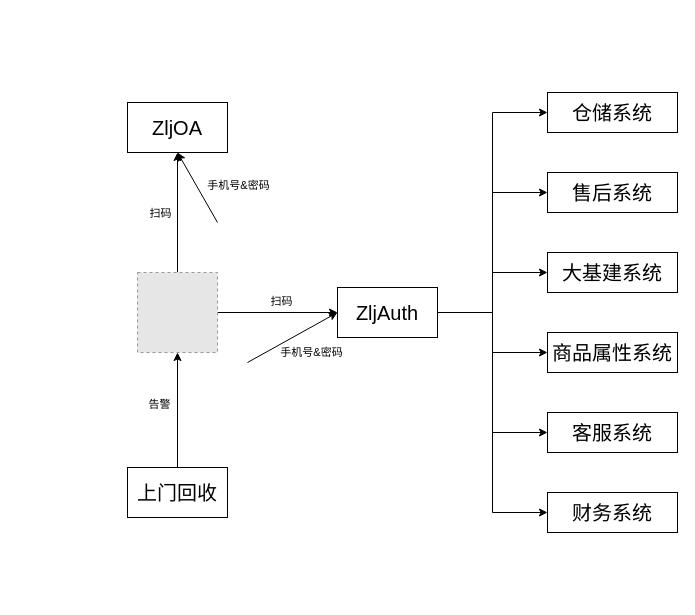
waterystone/draw_io keeps this draw.io diagram as zz/zlj/dingding.drawio. Above is the earlier version. Source tidied: cells renumbered, new cells numbered last; positions are measured from the earlier drawing's top-left corner, leaving out a move shared by most shapes. Both pictures are drawn from the tidied source at 100%, with x=0, y=0 at pixel (127, 92). Pictures stored in the file or linked from it are replaced by grey dashed boxes.
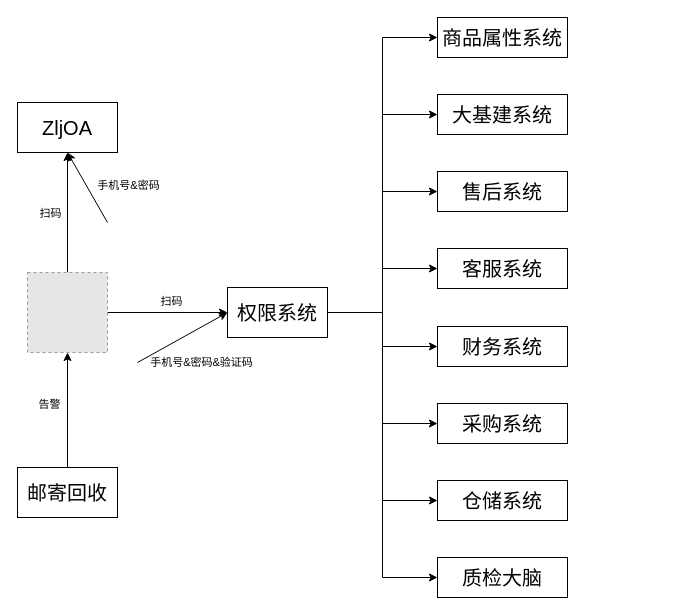
The same diagram, later.

The edit, as a diff of the source:
```diff
@@
     <mxCell id="5" style="fillColor=#E6E6E6;strokeColor=#999999;dashed=1;verticalLabelPosition=bottom;labelBackgroundColor=#ffffff;verticalAlign=top;" parent="1" vertex="1">
-      <mxGeometry x="10" y="180" width="80" height="80" as="geometry" />
+      <mxGeometry x="-100" y="180" width="80" height="80" as="geometry" />
     </mxCell>
@@
+    <mxCell id="28" style="edgeStyle=orthogonalEdgeStyle;rounded=0;jettySize=auto;html=1;entryX=0;entryY=0.5;entryDx=0;entryDy=0;" parent="1" edge="1" source="12" target="30">
+      <mxGeometry relative="1" as="geometry" />
+    </mxCell>
+    <mxCell id="29" style="edgeStyle=orthogonalEdgeStyle;rounded=0;jettySize=auto;html=1;entryX=0;entryY=0.5;entryDx=0;entryDy=0;" parent="1" edge="1" source="12" target="31">
+      <mxGeometry relative="1" as="geometry" />
+    </mxCell>
-    <mxCell id="12" value="&lt;font style=&quot;font-size: 20px&quot;&gt;ZljAuth&lt;/font&gt;" style="rounded=0;whiteSpace=wrap;html=1;" parent="1" vertex="1">
-      <mxGeometry x="210" y="195" width="100" height="50" as="geometry" />
+    <mxCell id="12" value="&lt;font style=&quot;font-size: 20px&quot;&gt;权限系统&lt;/font&gt;" style="rounded=0;whiteSpace=wrap;html=1;" parent="1" vertex="1">
+      <mxGeometry x="100" y="195" width="100" height="50" as="geometry" />
     </mxCell>
     <mxCell id="13" value="&lt;font style=&quot;font-size: 20px&quot;&gt;ZljOA&lt;/font&gt;" style="rounded=0;whiteSpace=wrap;html=1;" parent="1" vertex="1">
-      <mxGeometry y="10" width="100" height="50" as="geometry" />
+      <mxGeometry x="-110" y="10" width="100" height="50" as="geometry" />
     </mxCell>
-    <mxCell id="14" value="&lt;font style=&quot;font-size: 20px&quot;&gt;仓储系统&lt;/font&gt;" style="rounded=0;whiteSpace=wrap;html=1;" parent="1" vertex="1">
-      <mxGeometry x="420" width="130" height="40" as="geometry" />
+    <mxCell id="14" value="&lt;font style=&quot;font-size: 20px&quot;&gt;商品属性系统&lt;/font&gt;" style="rounded=0;whiteSpace=wrap;html=1;" parent="1" vertex="1">
+      <mxGeometry x="310" y="-75" width="130" height="40" as="geometry" />
     </mxCell>
-    <mxCell id="15" value="&lt;font style=&quot;font-size: 20px&quot;&gt;售后系统&lt;/font&gt;" style="rounded=0;whiteSpace=wrap;html=1;" parent="1" vertex="1">
-      <mxGeometry x="420" y="80" width="130" height="40" as="geometry" />
+    <mxCell id="15" value="&lt;font style=&quot;font-size: 20px&quot;&gt;大基建系统&lt;/font&gt;" style="rounded=0;whiteSpace=wrap;html=1;" parent="1" vertex="1">
+      <mxGeometry x="310" y="2" width="130" height="40" as="geometry" />
     </mxCell>
-    <mxCell id="16" value="&lt;font style=&quot;font-size: 20px&quot;&gt;大基建系统&lt;/font&gt;" style="rounded=0;whiteSpace=wrap;html=1;" parent="1" vertex="1">
-      <mxGeometry x="420" y="160" width="130" height="40" as="geometry" />
+    <mxCell id="16" value="&lt;font style=&quot;font-size: 20px&quot;&gt;售后系统&lt;/font&gt;" style="rounded=0;whiteSpace=wrap;html=1;" parent="1" vertex="1">
+      <mxGeometry x="310" y="79" width="130" height="40" as="geometry" />
     </mxCell>
-    <mxCell id="17" value="&lt;font style=&quot;font-size: 20px&quot;&gt;商品属性系统&lt;/font&gt;" style="rounded=0;whiteSpace=wrap;html=1;" parent="1" vertex="1">
-      <mxGeometry x="420" y="240" width="130" height="40" as="geometry" />
+    <mxCell id="17" value="&lt;font style=&quot;font-size: 20px&quot;&gt;客服系统&lt;/font&gt;" style="rounded=0;whiteSpace=wrap;html=1;" parent="1" vertex="1">
+      <mxGeometry x="310" y="156" width="130" height="40" as="geometry" />
     </mxCell>
-    <mxCell id="18" value="&lt;font style=&quot;font-size: 20px&quot;&gt;客服系统&lt;/font&gt;" style="rounded=0;whiteSpace=wrap;html=1;" parent="1" vertex="1">
-      <mxGeometry x="420" y="320" width="130" height="40" as="geometry" />
+    <mxCell id="18" value="&lt;font style=&quot;font-size: 20px&quot;&gt;财务系统&lt;/font&gt;" style="rounded=0;whiteSpace=wrap;html=1;" parent="1" vertex="1">
+      <mxGeometry x="310" y="234" width="130" height="40" as="geometry" />
     </mxCell>
-    <mxCell id="19" value="&lt;font style=&quot;font-size: 20px&quot;&gt;财务系统&lt;/font&gt;" style="rounded=0;whiteSpace=wrap;html=1;" parent="1" vertex="1">
-      <mxGeometry x="420" y="400" width="130" height="40" as="geometry" />
+    <mxCell id="19" value="&lt;font style=&quot;font-size: 20px&quot;&gt;采购系统&lt;/font&gt;" style="rounded=0;whiteSpace=wrap;html=1;" parent="1" vertex="1">
+      <mxGeometry x="310" y="311" width="130" height="40" as="geometry" />
     </mxCell>
     <mxCell id="20" value="扫码" style="edgeLabel;html=1;align=center;verticalAlign=middle;" parent="1" vertex="1">
-      <mxGeometry x="42" y="130" as="geometry">
+      <mxGeometry x="-68" y="130" as="geometry">
         <mxPoint x="111" y="78" as="offset" />
       </mxGeometry>
     </mxCell>
     <mxCell id="21" style="endArrow=classic;html=1;entryX=0.5;entryY=1;entryDx=0;entryDy=0;" parent="1" edge="1" target="13">
       <mxGeometry relative="1" as="geometry">
-        <mxPoint x="90" y="130" as="sourcePoint" />
+        <mxPoint x="-20" y="130" as="sourcePoint" />
       </mxGeometry>
     </mxCell>
@@
     <mxCell id="23" style="endArrow=classic;html=1;entryX=0;entryY=0.5;entryDx=0;entryDy=0;" parent="1" edge="1" target="12">
       <mxGeometry relative="1" as="geometry">
-        <mxPoint x="120" y="270" as="sourcePoint" />
+        <mxPoint x="10" y="270" as="sourcePoint" />
       </mxGeometry>
     </mxCell>
-    <mxCell id="24" value="手机号&amp;amp;密码" style="edgeLabel;html=1;align=center;verticalAlign=middle;" parent="23" vertex="1">
+    <mxCell id="24" value="手机号&amp;amp;密码&amp;amp;验证码" style="edgeLabel;html=1;align=center;verticalAlign=middle;" parent="23" vertex="1">
       <mxGeometry x="0.06" y="-1" relative="1" as="geometry">
-        <mxPoint x="15.4" y="15.8" as="offset" />
+        <mxPoint x="15.4" y="25.8" as="offset" />
       </mxGeometry>
     </mxCell>
@@
-    <mxCell id="27" value="&lt;font style=&quot;font-size: 20px&quot;&gt;上门回收&lt;/font&gt;" style="rounded=0;whiteSpace=wrap;html=1;" parent="1" vertex="1">
-      <mxGeometry y="375" width="100" height="50" as="geometry" />
+    <mxCell id="27" value="&lt;font style=&quot;font-size: 20px&quot;&gt;邮寄回收&lt;/font&gt;" style="rounded=0;whiteSpace=wrap;html=1;" parent="1" vertex="1">
+      <mxGeometry x="-110" y="375" width="100" height="50" as="geometry" />
     </mxCell>
+    <mxCell id="30" value="&lt;span style=&quot;font-size: 20px&quot;&gt;仓储系统&lt;/span&gt;" style="rounded=0;whiteSpace=wrap;html=1;" parent="1" vertex="1">
+      <mxGeometry x="310" y="388" width="130" height="40" as="geometry" />
+    </mxCell>
+    <mxCell id="31" value="&lt;span style=&quot;font-size: 20px&quot;&gt;质检大脑&lt;/span&gt;" style="rounded=0;whiteSpace=wrap;html=1;" parent="1" vertex="1">
+      <mxGeometry x="310" y="465" width="130" height="40" as="geometry" />
+    </mxCell>
```
